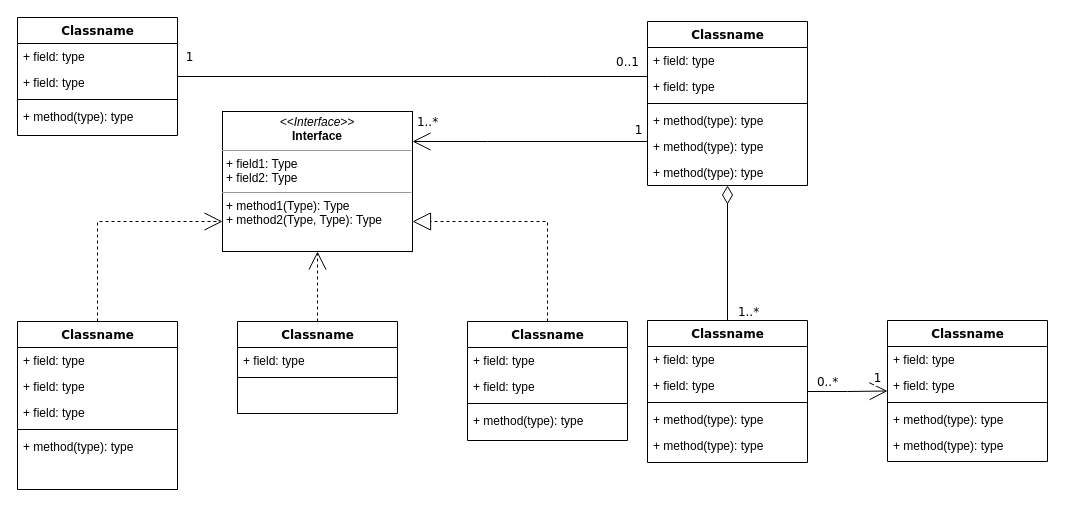
The draw.io diagram source/assets/Untitled Diagram.drawio in gerth2/photonvision-docs, before the edit. Source tidied: cells renumbered, new cells numbered last; positions are measured from the earlier drawing's top-left corner, leaving out a move shared by most shapes. Both pictures are drawn from the tidied source at 100%, with x=0, y=0 at pixel (17, 17).
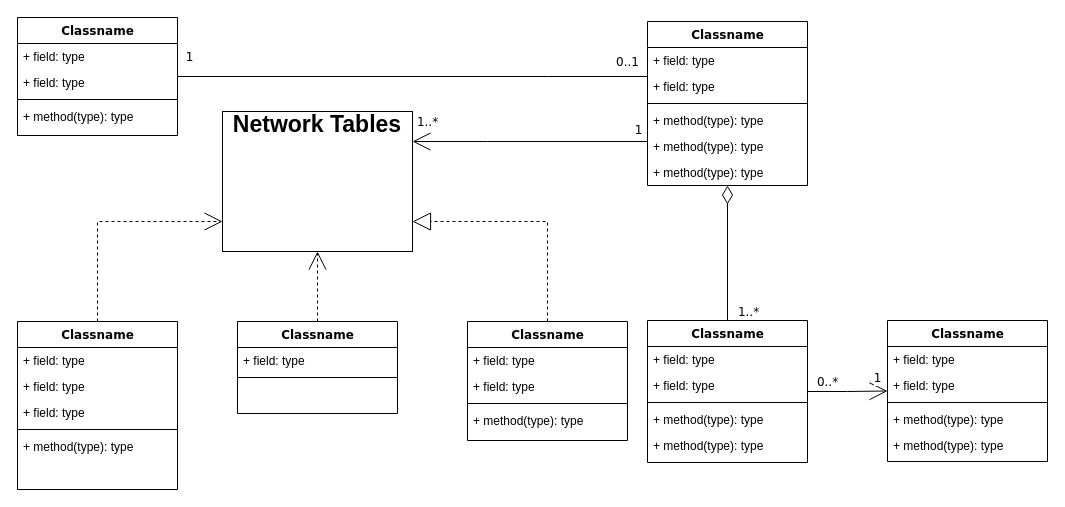
The same diagram, later.

Change to the diagram source:
```diff
@@
-    <mxCell id="54" value="&lt;p style=&quot;margin:0px;margin-top:4px;text-align:center;&quot;&gt;&lt;i&gt;&amp;lt;&amp;lt;Interface&amp;gt;&amp;gt;&lt;/i&gt;&lt;br/&gt;&lt;b&gt;Interface&lt;/b&gt;&lt;/p&gt;&lt;hr size=&quot;1&quot;/&gt;&lt;p style=&quot;margin:0px;margin-left:4px;&quot;&gt;+ field1: Type&lt;br/&gt;+ field2: Type&lt;/p&gt;&lt;hr size=&quot;1&quot;/&gt;&lt;p style=&quot;margin:0px;margin-left:4px;&quot;&gt;+ method1(Type): Type&lt;br/&gt;+ method2(Type, Type): Type&lt;/p&gt;" style="verticalAlign=top;align=left;overflow=fill;fontSize=12;fontFamily=Helvetica;html=1;rounded=0;shadow=0;comic=0;labelBackgroundColor=none;strokeWidth=1;" parent="1" vertex="1">
+    <mxCell id="54" value="&lt;div align=&quot;center&quot;&gt;&lt;font style=&quot;font-size: 23px&quot;&gt;&lt;b&gt;Network Tables&lt;/b&gt;&lt;/font&gt;&lt;br&gt;&lt;/div&gt;" style="verticalAlign=top;align=center;overflow=fill;fontSize=12;fontFamily=Helvetica;html=1;rounded=0;shadow=0;comic=0;labelBackgroundColor=none;strokeWidth=1;" parent="1" vertex="1">
       <mxGeometry x="205" y="94" width="190" height="140" as="geometry" />
     </mxCell>
```
